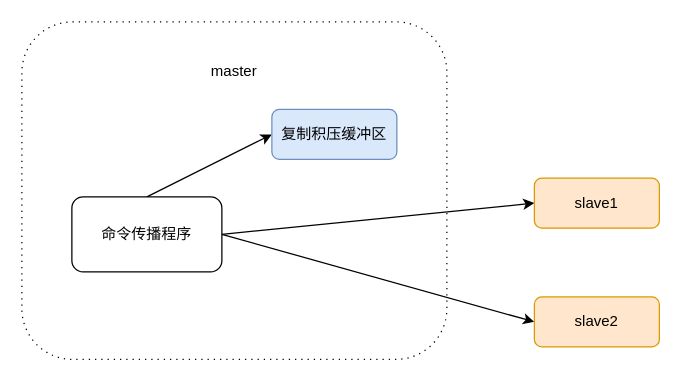
This is redis/复制积压缓冲区.drawio from erlieStar/diagrams, a draw.io file, before an edit. Source tidied: cells renumbered, new cells numbered last; positions are measured from the earlier drawing's top-left corner, leaving out a move shared by most shapes. Both pictures are drawn from the tidied source at 125%, with x=0, y=0 at pixel (21, 21).
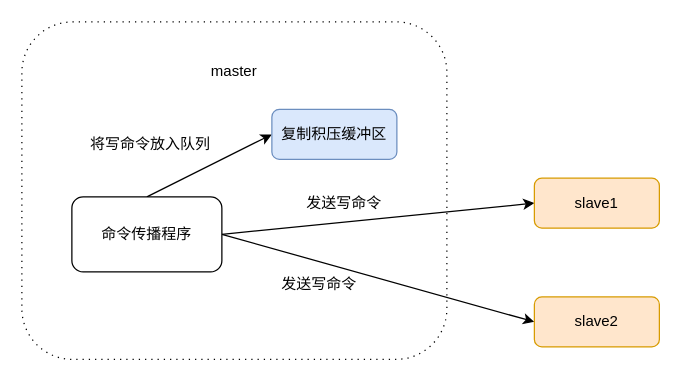
After the change.

Commit message (it also covers changes not shown here):
Update 复制积压缓冲区.drawio

The edit, as a diff of the source:
```diff
@@
 <mxGraphModel>
   <root>
     <mxCell id="0" />
     <mxCell id="1" parent="0" />
     <mxCell id="2" style="shape=ext;rounded=1;html=1;whiteSpace=wrap;dashed=1;dashPattern=1 4;" parent="1" vertex="1">
       <mxGeometry width="340" height="270" as="geometry" />
     </mxCell>
     <mxCell id="3" style="rounded=0;jettySize=auto;html=1;exitX=0.5;exitY=0;exitDx=0;exitDy=0;entryX=0;entryY=0.5;entryDx=0;entryDy=0;" parent="1" edge="1" source="6" target="7">
       <mxGeometry relative="1" as="geometry" />
     </mxCell>
     <mxCell id="4" style="rounded=0;jettySize=auto;html=1;exitX=1;exitY=0.5;exitDx=0;exitDy=0;entryX=0;entryY=0.5;entryDx=0;entryDy=0;" parent="1" edge="1" source="6" target="9">
       <mxGeometry relative="1" as="geometry" />
     </mxCell>
     <mxCell id="5" style="edgeStyle=none;rounded=0;jettySize=auto;html=1;exitX=1;exitY=0.5;exitDx=0;exitDy=0;entryX=0;entryY=0.5;entryDx=0;entryDy=0;" parent="1" edge="1" source="6" target="10">
       <mxGeometry relative="1" as="geometry" />
     </mxCell>
     <mxCell id="6" value="命令传播程序" style="rounded=1;whiteSpace=wrap;html=1;" parent="1" vertex="1">
       <mxGeometry x="40" y="140" width="120" height="60" as="geometry" />
     </mxCell>
     <mxCell id="7" value="复制积压缓冲区" style="rounded=1;whiteSpace=wrap;html=1;fillColor=#dae8fc;strokeColor=#6c8ebf;" parent="1" vertex="1">
       <mxGeometry x="200" y="70" width="100" height="40" as="geometry" />
     </mxCell>
     <mxCell id="8" value="master" style="text;html=1;strokeColor=none;fillColor=none;align=center;verticalAlign=middle;whiteSpace=wrap;rounded=0;" parent="1" vertex="1">
       <mxGeometry x="150" y="30" width="40" height="20" as="geometry" />
     </mxCell>
     <mxCell id="9" value="slave1" style="rounded=1;whiteSpace=wrap;html=1;fillColor=#ffe6cc;strokeColor=#d79b00;" parent="1" vertex="1">
       <mxGeometry x="410" y="125" width="100" height="40" as="geometry" />
     </mxCell>
     <mxCell id="10" value="slave2" style="rounded=1;whiteSpace=wrap;html=1;fillColor=#ffe6cc;strokeColor=#d79b00;" parent="1" vertex="1">
       <mxGeometry x="410" y="220" width="100" height="40" as="geometry" />
     </mxCell>
+    <mxCell id="11" value="发送写命令" style="text;html=1;strokeColor=none;fillColor=none;align=center;verticalAlign=middle;whiteSpace=wrap;rounded=0;" parent="1" vertex="1">
+      <mxGeometry x="190" y="200" width="96" height="20" as="geometry" />
+    </mxCell>
+    <mxCell id="12" value="将写命令放入队列" style="text;html=1;strokeColor=none;fillColor=none;align=center;verticalAlign=middle;whiteSpace=wrap;rounded=0;" parent="1" vertex="1">
+      <mxGeometry x="40" y="85" width="126" height="25" as="geometry" />
+    </mxCell>
+    <mxCell id="13" value="发送写命令" style="text;html=1;strokeColor=none;fillColor=none;align=center;verticalAlign=middle;whiteSpace=wrap;rounded=0;" parent="1" vertex="1">
+      <mxGeometry x="210" y="135" width="96" height="20" as="geometry" />
+    </mxCell>
   </root>
 </mxGraphModel>
```
